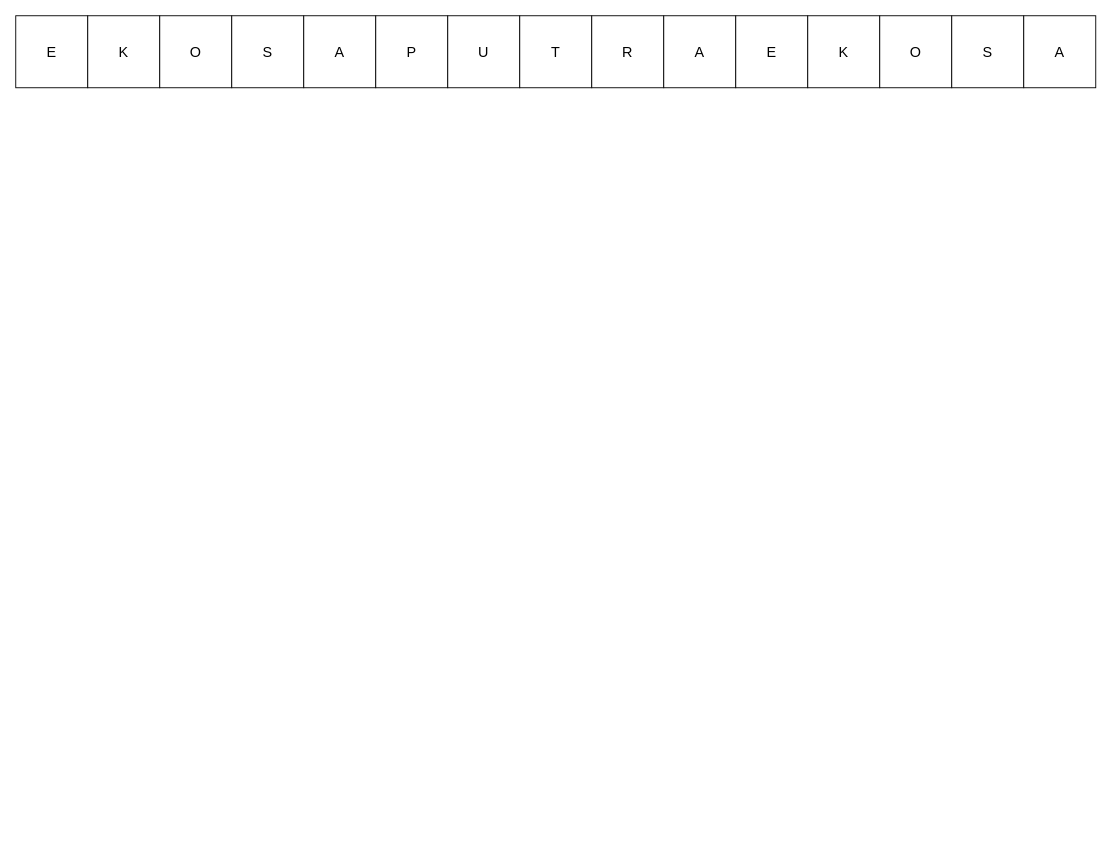
Above: flowchart/UTS Multimedia.drawio in ekovegeance-com/docs (draw.io), before the change. Source tidied: cells renumbered, new cells numbered last; positions are measured from the earlier drawing's top-left corner, leaving out a move shared by most shapes. Both pictures are drawn from the tidied source at 90%, with x=0, y=0 at pixel (15, 15).
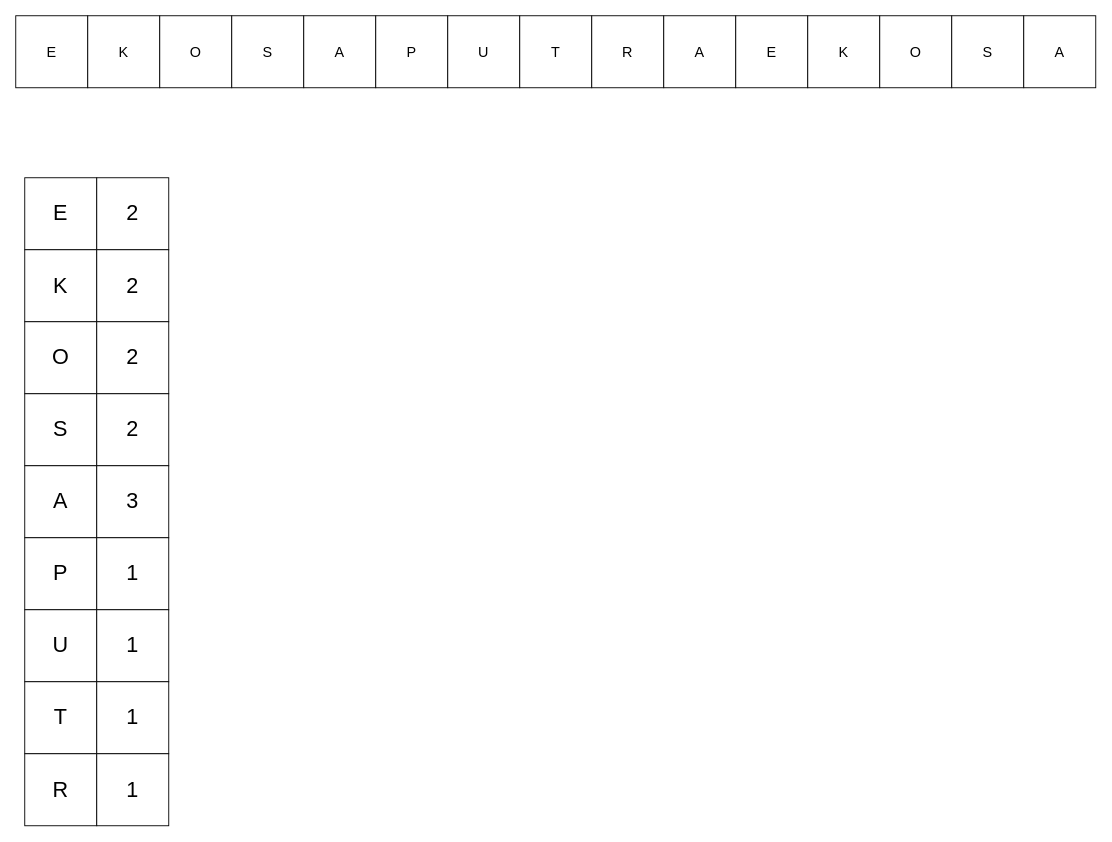
Above is the later version.

The edit, as a diff of the source:
```diff
@@
+    <mxCell id="17" value="&lt;font style=&quot;font-size: 24px&quot;&gt;E&lt;/font&gt;" style="whiteSpace=wrap;html=1;" parent="1" vertex="1">
+      <mxGeometry x="10" y="180" width="80" height="80" as="geometry" />
+    </mxCell>
+    <mxCell id="18" value="&lt;font style=&quot;font-size: 24px&quot;&gt;K&lt;/font&gt;" style="whiteSpace=wrap;html=1;" parent="1" vertex="1">
+      <mxGeometry x="10" y="260" width="80" height="80" as="geometry" />
+    </mxCell>
+    <mxCell id="19" value="&lt;font style=&quot;font-size: 24px&quot;&gt;O&lt;/font&gt;" style="whiteSpace=wrap;html=1;" parent="1" vertex="1">
+      <mxGeometry x="10" y="340" width="80" height="80" as="geometry" />
+    </mxCell>
+    <mxCell id="20" value="&lt;font style=&quot;font-size: 24px&quot;&gt;S&lt;/font&gt;" style="whiteSpace=wrap;html=1;" parent="1" vertex="1">
+      <mxGeometry x="10" y="420" width="80" height="80" as="geometry" />
+    </mxCell>
+    <mxCell id="21" value="&lt;font style=&quot;font-size: 24px&quot;&gt;A&lt;/font&gt;" style="whiteSpace=wrap;html=1;" parent="1" vertex="1">
+      <mxGeometry x="10" y="500" width="80" height="80" as="geometry" />
+    </mxCell>
+    <mxCell id="22" value="&lt;font style=&quot;font-size: 24px&quot;&gt;2&lt;/font&gt;" style="whiteSpace=wrap;html=1;" parent="1" vertex="1">
+      <mxGeometry x="90" y="180" width="80" height="80" as="geometry" />
+    </mxCell>
+    <mxCell id="23" value="&lt;font style=&quot;font-size: 24px&quot;&gt;2&lt;/font&gt;" style="whiteSpace=wrap;html=1;" parent="1" vertex="1">
+      <mxGeometry x="90" y="260" width="80" height="80" as="geometry" />
+    </mxCell>
+    <mxCell id="24" value="&lt;font style=&quot;font-size: 24px&quot;&gt;2&lt;/font&gt;" style="whiteSpace=wrap;html=1;" parent="1" vertex="1">
+      <mxGeometry x="90" y="340" width="80" height="80" as="geometry" />
+    </mxCell>
+    <mxCell id="25" value="&lt;font style=&quot;font-size: 24px&quot;&gt;2&lt;/font&gt;" style="whiteSpace=wrap;html=1;" parent="1" vertex="1">
+      <mxGeometry x="90" y="420" width="80" height="80" as="geometry" />
+    </mxCell>
+    <mxCell id="26" value="&lt;font style=&quot;font-size: 24px&quot;&gt;3&lt;/font&gt;" style="whiteSpace=wrap;html=1;" parent="1" vertex="1">
+      <mxGeometry x="90" y="500" width="80" height="80" as="geometry" />
+    </mxCell>
+    <mxCell id="27" value="&lt;font style=&quot;font-size: 24px&quot;&gt;P&lt;/font&gt;" style="whiteSpace=wrap;html=1;" parent="1" vertex="1">
+      <mxGeometry x="10" y="580" width="80" height="80" as="geometry" />
+    </mxCell>
+    <mxCell id="28" value="&lt;span style=&quot;font-size: 24px&quot;&gt;1&lt;/span&gt;" style="whiteSpace=wrap;html=1;" parent="1" vertex="1">
+      <mxGeometry x="90" y="580" width="80" height="80" as="geometry" />
+    </mxCell>
+    <mxCell id="29" value="&lt;font style=&quot;font-size: 24px&quot;&gt;U&lt;/font&gt;" style="whiteSpace=wrap;html=1;" parent="1" vertex="1">
+      <mxGeometry x="10" y="660" width="80" height="80" as="geometry" />
+    </mxCell>
+    <mxCell id="30" value="&lt;span style=&quot;font-size: 24px&quot;&gt;1&lt;/span&gt;" style="whiteSpace=wrap;html=1;" parent="1" vertex="1">
+      <mxGeometry x="90" y="660" width="80" height="80" as="geometry" />
+    </mxCell>
+    <mxCell id="31" value="&lt;font style=&quot;font-size: 24px&quot;&gt;T&lt;/font&gt;" style="whiteSpace=wrap;html=1;" parent="1" vertex="1">
+      <mxGeometry x="10" y="740" width="80" height="80" as="geometry" />
+    </mxCell>
+    <mxCell id="32" value="&lt;span style=&quot;font-size: 24px&quot;&gt;1&lt;/span&gt;" style="whiteSpace=wrap;html=1;" parent="1" vertex="1">
+      <mxGeometry x="90" y="740" width="80" height="80" as="geometry" />
+    </mxCell>
+    <mxCell id="33" value="&lt;font style=&quot;font-size: 24px&quot;&gt;R&lt;/font&gt;" style="whiteSpace=wrap;html=1;" parent="1" vertex="1">
+      <mxGeometry x="10" y="820" width="80" height="80" as="geometry" />
+    </mxCell>
+    <mxCell id="34" value="&lt;span style=&quot;font-size: 24px&quot;&gt;1&lt;/span&gt;" style="whiteSpace=wrap;html=1;" parent="1" vertex="1">
+      <mxGeometry x="90" y="820" width="80" height="80" as="geometry" />
+    </mxCell>
```
